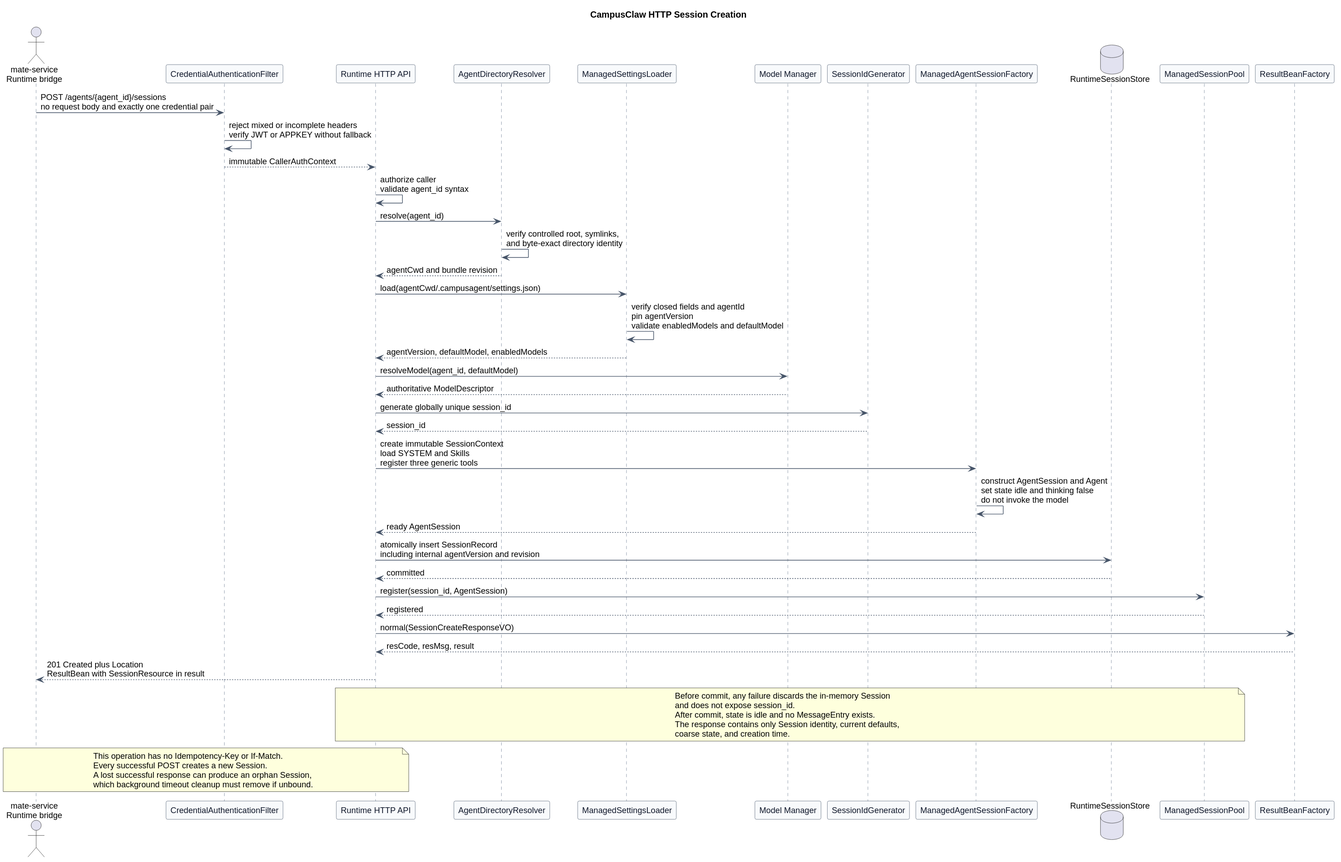
This is pi-mono-java-manager-driven-multi-agent-runtime/http_session_creation.svg from ssm0808/pi-mono-java-design, a PlantUML export, as it was before one commit.
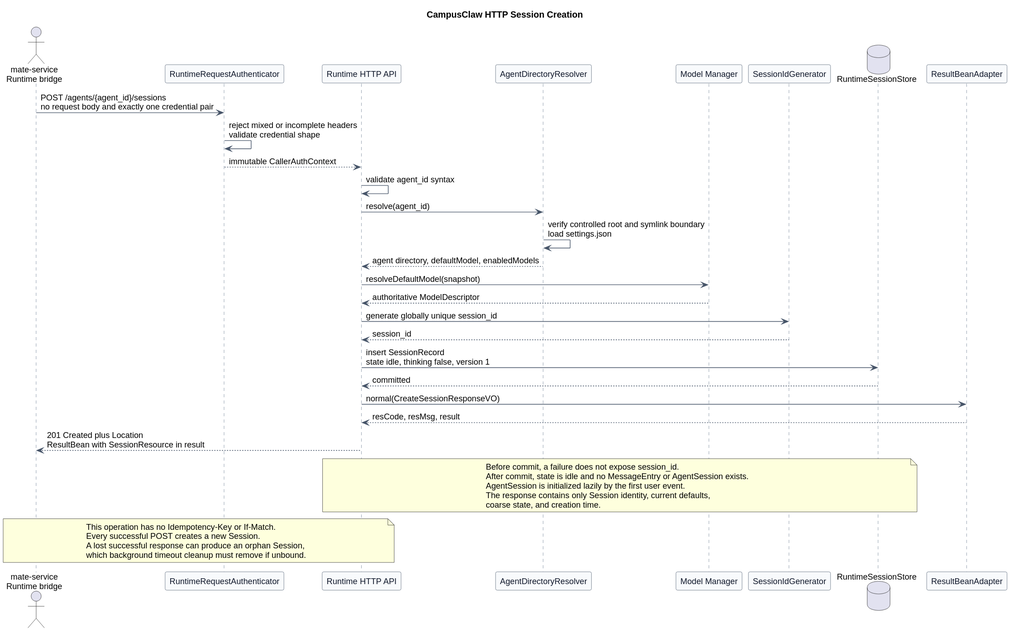
After the change.

Diff of the diagram source:
```diff
@@ -20,46 +20,35 @@
 }
 
 actor "mate-service\nRuntime bridge" as Mate
-participant "CredentialAuthenticationFilter" as Auth
+participant "RuntimeRequestAuthenticator" as Auth
 participant "Runtime HTTP API" as API
 participant "AgentDirectoryResolver" as Resolver
-participant "ManagedSettingsLoader" as Settings
 participant "Model Manager" as Models
 participant "SessionIdGenerator" as Ids
-participant "ManagedAgentSessionFactory" as Factory
 database "RuntimeSessionStore" as Store
-participant "ManagedSessionPool" as Pool
-participant "ResultBeanFactory" as ResultFactory
+participant "ResultBeanAdapter" as ResultAdapter
 
 Mate -> Auth : POST /agents/{agent_id}/sessions\nno request body and exactly one credential pair
-Auth -> Auth : reject mixed or incomplete headers\nverify JWT or APPKEY without fallback
+Auth -> Auth : reject mixed or incomplete headers\nvalidate credential shape
 Auth --> API : immutable CallerAuthContext
-API -> API : authorize caller\nvalidate agent_id syntax
+API -> API : validate agent_id syntax
 API -> Resolver : resolve(agent_id)
-Resolver -> Resolver : verify controlled root, symlinks,\nand byte-exact directory identity
-Resolver --> API : agentCwd and bundle revision
-API -> Settings : load(agentCwd/.campusagent/settings.json)
-Settings -> Settings : verify closed fields and agentId\npin agentVersion\nvalidate enabledModels and defaultModel
-Settings --> API : agentVersion, defaultModel, enabledModels
-API -> Models : resolveModel(agent_id, defaultModel)
+Resolver -> Resolver : verify controlled root and symlink boundary\nload settings.json
+Resolver --> API : agent directory, defaultModel, enabledModels
+API -> Models : resolveDefaultModel(snapshot)
 Models --> API : authoritative ModelDescriptor
 API -> Ids : generate globally unique session_id
 Ids --> API : session_id
-API -> Factory : create immutable SessionContext\nload SYSTEM and Skills\nregister three generic tools
-Factory -> Factory : construct AgentSession and Agent\nset state idle and thinking false\ndo not invoke the model
-Factory --> API : ready AgentSession
-API -> Store : atomically insert SessionRecord\nincluding internal agentVersion and revision
+API -> Store : insert SessionRecord\nstate idle, thinking false, version 1
 Store --> API : committed
-API -> Pool : register(session_id, AgentSession)
-Pool --> API : registered
-API -> ResultFactory : normal(SessionCreateResponseVO)
-ResultFactory --> API : resCode, resMsg, result
+API -> ResultAdapter : normal(CreateSessionResponseVO)
+ResultAdapter --> API : resCode, resMsg, result
 API --> Mate : 201 Created plus Location\nResultBean with SessionResource in result
 
-note over API,Pool
-Before commit, any failure discards the in-memory Session
-and does not expose session_id.
-After commit, state is idle and no MessageEntry exists.
+note over API,Store
+Before commit, a failure does not expose session_id.
+After commit, state is idle and no MessageEntry or AgentSession exists.
+AgentSession is initialized lazily by the first user event.
 The response contains only Session identity, current defaults,
 coarse state, and creation time.
 end note
```
